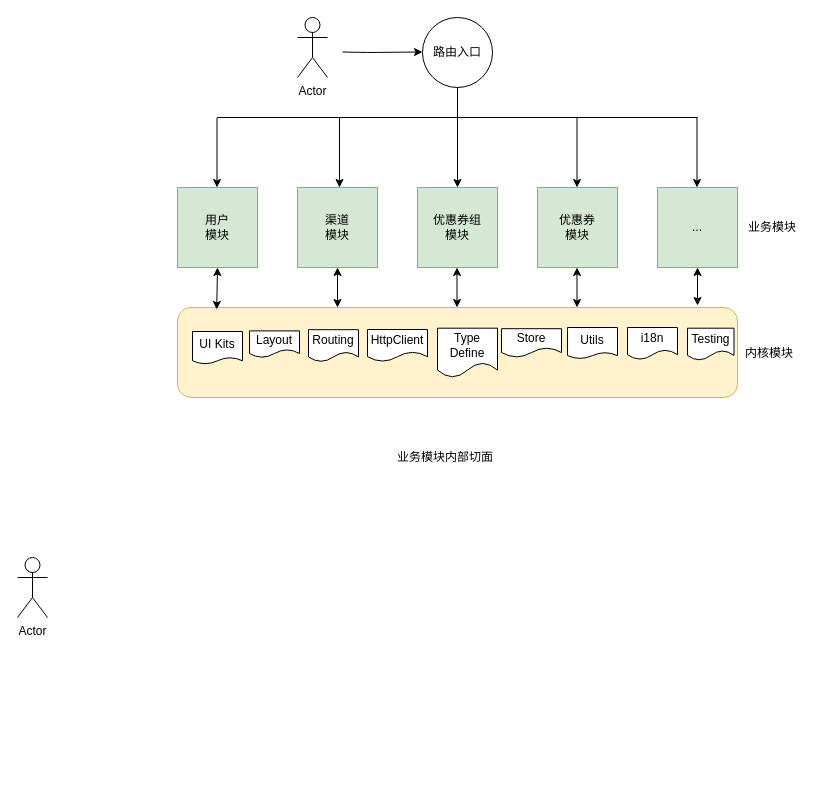
The draw.io diagram Untitled Diagram.drawio in lilugirl/3d-card-effect, before the edit. Source tidied: cells renumbered, new cells numbered last; positions are measured from the earlier drawing's top-left corner, leaving out a move shared by most shapes. Both pictures are drawn from the tidied source at 100%, with x=0, y=0 at pixel (17, 17).
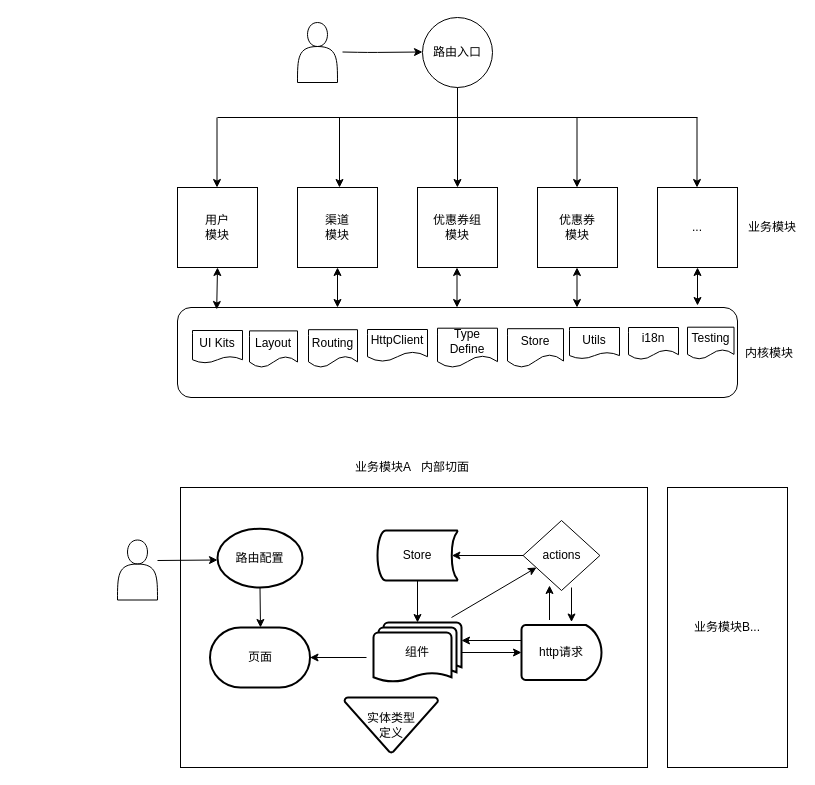
The same page after the edit.

The edit, as a diff of the source:
```diff
@@
+    <mxCell id="36" style="rounded=0;whiteSpace=wrap;html=1;" parent="1" vertex="1">
+      <mxGeometry x="163" y="470" width="467" height="280" as="geometry" />
+    </mxCell>
-    <mxCell id="2" style="rounded=1;whiteSpace=wrap;html=1;fillColor=#fff2cc;strokeColor=#d6b656;" parent="1" vertex="1">
+    <mxCell id="2" style="rounded=1;whiteSpace=wrap;html=1;" parent="1" vertex="1">
       <mxGeometry x="160" y="290" width="560" height="90" as="geometry" />
     </mxCell>
-    <mxCell id="3" value="Actor" style="shape=umlActor;verticalLabelPosition=bottom;verticalAlign=top;html=1;" parent="1" vertex="1">
-      <mxGeometry x="280" width="30" height="60" as="geometry" />
-    </mxCell>
@@
-    <mxCell id="5" value="用户&lt;br&gt;模块" style="whiteSpace=wrap;html=1;fillColor=#d5e8d4;strokeColor=#82b366;" parent="1" vertex="1">
+    <mxCell id="5" value="用户&lt;br&gt;模块" style="whiteSpace=wrap;html=1;" parent="1" vertex="1">
       <mxGeometry x="160" y="170" width="80" height="80" as="geometry" />
     </mxCell>
-    <mxCell id="6" value="渠道&lt;br&gt;模块" style="whiteSpace=wrap;html=1;fillColor=#d5e8d4;strokeColor=#82b366;" parent="1" vertex="1">
+    <mxCell id="6" value="渠道&lt;br&gt;模块" style="whiteSpace=wrap;html=1;" parent="1" vertex="1">
       <mxGeometry x="280" y="170" width="80" height="80" as="geometry" />
     </mxCell>
-    <mxCell id="7" value="优惠券组&lt;br&gt;模块" style="whiteSpace=wrap;html=1;fillColor=#d5e8d4;strokeColor=#82b366;" parent="1" vertex="1">
+    <mxCell id="7" value="优惠券组&lt;br&gt;模块" style="whiteSpace=wrap;html=1;" parent="1" vertex="1">
       <mxGeometry x="400" y="170" width="80" height="80" as="geometry" />
     </mxCell>
-    <mxCell id="8" value="优惠券&lt;br&gt;模块" style="whiteSpace=wrap;html=1;fillColor=#d5e8d4;strokeColor=#82b366;" parent="1" vertex="1">
+    <mxCell id="8" value="优惠券&lt;br&gt;模块" style="whiteSpace=wrap;html=1;" parent="1" vertex="1">
       <mxGeometry x="520" y="170" width="80" height="80" as="geometry" />
     </mxCell>
-    <mxCell id="9" value="..." style="whiteSpace=wrap;html=1;fillColor=#d5e8d4;strokeColor=#82b366;" parent="1" vertex="1">
+    <mxCell id="9" value="..." style="whiteSpace=wrap;html=1;" parent="1" vertex="1">
       <mxGeometry x="640" y="170" width="80" height="80" as="geometry" />
     </mxCell>
@@
     <mxCell id="18" value="Store" style="shape=document;whiteSpace=wrap;html=1;boundedLbl=1;size=0.3333333333333333;" parent="1" vertex="1">
-      <mxGeometry x="484" y="311.2" width="60" height="28.6" as="geometry" />
+      <mxGeometry x="490" y="311.2" width="56" height="38.8" as="geometry" />
     </mxCell>
     <mxCell id="19" value="Routing" style="shape=document;whiteSpace=wrap;html=1;boundedLbl=1;" parent="1" vertex="1">
-      <mxGeometry x="291" y="312.2" width="50" height="32" as="geometry" />
+      <mxGeometry x="291" y="312.2" width="49" height="37.8" as="geometry" />
     </mxCell>
@@
     <mxCell id="21" value="Utils" style="shape=document;whiteSpace=wrap;html=1;boundedLbl=1;size=0.2;" parent="1" vertex="1">
-      <mxGeometry x="550" y="310" width="50" height="31.2" as="geometry" />
+      <mxGeometry x="552" y="310" width="50" height="31.2" as="geometry" />
     </mxCell>
     <mxCell id="22" value="UI Kits" style="shape=document;whiteSpace=wrap;html=1;boundedLbl=1;size=0.2;" parent="1" vertex="1">
-      <mxGeometry x="175" y="314" width="50" height="32.5" as="geometry" />
+      <mxGeometry x="175" y="313" width="50" height="32.5" as="geometry" />
     </mxCell>
@@
     <mxCell id="28" value="i18n" style="shape=document;whiteSpace=wrap;html=1;boundedLbl=1;" parent="1" vertex="1">
-      <mxGeometry x="610" y="310" width="50" height="32" as="geometry" />
+      <mxGeometry x="611" y="310" width="50" height="32" as="geometry" />
     </mxCell>
     <mxCell id="29" value="Testing" style="shape=document;whiteSpace=wrap;html=1;boundedLbl=1;" parent="1" vertex="1">
-      <mxGeometry x="670" y="310.7" width="46.5" height="32" as="geometry" />
+      <mxGeometry x="670" y="309.7" width="46.5" height="32" as="geometry" />
     </mxCell>
     <mxCell id="30" value="Layout" style="shape=document;whiteSpace=wrap;html=1;boundedLbl=1;" parent="1" vertex="1">
-      <mxGeometry x="232" y="313.4" width="50" height="26.6" as="geometry" />
+      <mxGeometry x="232" y="313.4" width="48" height="36.6" as="geometry" />
     </mxCell>
@@
-    <mxCell id="33" value="业务模块内部切面" style="text;html=1;strokeColor=none;fillColor=none;align=center;verticalAlign=middle;whiteSpace=wrap;rounded=0;" parent="1" vertex="1">
-      <mxGeometry x="360" y="430" width="135.8" height="20" as="geometry" />
+    <mxCell id="33" value="业务模块A&amp;nbsp; &amp;nbsp;内部切面" style="text;html=1;strokeColor=none;fillColor=none;align=center;verticalAlign=middle;whiteSpace=wrap;rounded=0;" parent="1" vertex="1">
+      <mxGeometry x="327" y="440" width="135.8" height="20" as="geometry" />
     </mxCell>
     <mxCell id="34" value="Type Define" style="shape=document;whiteSpace=wrap;html=1;boundedLbl=1;" parent="1" vertex="1">
-      <mxGeometry x="420" y="310.7" width="60" height="49.3" as="geometry" />
+      <mxGeometry x="420" y="310.7" width="60" height="39.3" as="geometry" />
     </mxCell>
-    <mxCell id="35" value="Actor" style="shape=umlActor;verticalLabelPosition=bottom;verticalAlign=top;html=1;" parent="1" vertex="1">
-      <mxGeometry y="540" width="30" height="60" as="geometry" />
-    </mxCell>
+    <mxCell id="37" style="endArrow=classic;html=1;entryX=0;entryY=0.5;entryDx=0;entryDy=0;entryPerimeter=0;" parent="1" edge="1">
+      <mxGeometry relative="1" as="geometry">
+        <mxPoint x="140" y="543" as="sourcePoint" />
+        <mxPoint x="200" y="542.5" as="targetPoint" />
+      </mxGeometry>
+    </mxCell>
+    <mxCell id="38" style="shape=actor;whiteSpace=wrap;html=1;" parent="1" vertex="1">
+      <mxGeometry x="100" y="522.5" width="40" height="60" as="geometry" />
+    </mxCell>
+    <mxCell id="39" style="shape=actor;whiteSpace=wrap;html=1;" parent="1" vertex="1">
+      <mxGeometry x="280" y="5" width="40" height="60" as="geometry" />
+    </mxCell>
+    <mxCell id="40" style="edgeStyle=orthogonalEdgeStyle;rounded=0;orthogonalLoop=1;jettySize=auto;html=1;" parent="1" edge="1">
+      <mxGeometry relative="1" as="geometry">
+        <mxPoint x="532" y="602.5" as="sourcePoint" />
+        <mxPoint x="532" y="568" as="targetPoint" />
+      </mxGeometry>
+    </mxCell>
+    <mxCell id="41" style="edgeStyle=orthogonalEdgeStyle;rounded=0;orthogonalLoop=1;jettySize=auto;html=1;" parent="1" edge="1">
+      <mxGeometry relative="1" as="geometry">
+        <mxPoint x="504" y="623" as="sourcePoint" />
+        <mxPoint x="444" y="623" as="targetPoint" />
+      </mxGeometry>
+    </mxCell>
+    <mxCell id="42" value="http请求" style="strokeWidth=2;html=1;shape=mxgraph.flowchart.delay;whiteSpace=wrap;" parent="1" vertex="1">
+      <mxGeometry x="504" y="607.5" width="80" height="55" as="geometry" />
+    </mxCell>
+    <mxCell id="43" value="路由配置" style="strokeWidth=2;html=1;shape=mxgraph.flowchart.start_1;whiteSpace=wrap;" parent="1" vertex="1">
+      <mxGeometry x="200" y="511.2" width="85" height="58.8" as="geometry" />
+    </mxCell>
+    <mxCell id="44" value="实体类型&lt;br&gt;定义" style="strokeWidth=2;html=1;shape=mxgraph.flowchart.merge_or_storage;whiteSpace=wrap;" parent="1" vertex="1">
+      <mxGeometry x="327" y="680" width="93.5" height="55" as="geometry" />
+    </mxCell>
+    <mxCell id="45" style="edgeStyle=orthogonalEdgeStyle;rounded=0;jettySize=auto;html=1;" parent="1" edge="1" source="46" target="50">
+      <mxGeometry relative="1" as="geometry" />
+    </mxCell>
+    <mxCell id="46" value="Store" style="strokeWidth=2;html=1;shape=mxgraph.flowchart.stored_data;whiteSpace=wrap;" parent="1" vertex="1">
+      <mxGeometry x="360" y="513" width="80" height="50" as="geometry" />
+    </mxCell>
+    <mxCell id="47" style="edgeStyle=orthogonalEdgeStyle;rounded=0;orthogonalLoop=1;jettySize=auto;html=1;exitX=0.5;exitY=1;exitDx=0;exitDy=0;exitPerimeter=0;" parent="1" edge="1">
+      <mxGeometry relative="1" as="geometry">
+        <mxPoint x="520" y="620" as="sourcePoint" />
+        <mxPoint x="520" y="620" as="targetPoint" />
+      </mxGeometry>
+    </mxCell>
+    <mxCell id="48" value="页面" style="strokeWidth=2;html=1;shape=mxgraph.flowchart.terminator;whiteSpace=wrap;" parent="1" vertex="1">
+      <mxGeometry x="192.5" y="610" width="100" height="60" as="geometry" />
+    </mxCell>
+    <mxCell id="49" style="edgeStyle=orthogonalEdgeStyle;rounded=0;jettySize=auto;html=1;" parent="1" edge="1" source="50" target="42">
+      <mxGeometry relative="1" as="geometry" />
+    </mxCell>
+    <mxCell id="50" value="组件" style="strokeWidth=2;html=1;shape=mxgraph.flowchart.multi-document;whiteSpace=wrap;" parent="1" vertex="1">
+      <mxGeometry x="356" y="605" width="88" height="60" as="geometry" />
+    </mxCell>
+    <mxCell id="51" style="endArrow=classic;html=1;exitX=0.5;exitY=1;exitDx=0;exitDy=0;exitPerimeter=0;" parent="1" edge="1" source="43">
+      <mxGeometry relative="1" as="geometry">
+        <mxPoint x="243" y="610" as="targetPoint" />
+      </mxGeometry>
+    </mxCell>
+    <mxCell id="52" style="endArrow=classic;html=1;entryX=1;entryY=0.5;entryDx=0;entryDy=0;entryPerimeter=0;" parent="1" edge="1" target="48">
+      <mxGeometry relative="1" as="geometry">
+        <mxPoint x="349" y="640" as="sourcePoint" />
+      </mxGeometry>
+    </mxCell>
+    <mxCell id="53" style="edgeStyle=orthogonalEdgeStyle;rounded=0;jettySize=auto;html=1;entryX=0.93;entryY=0.5;entryDx=0;entryDy=0;entryPerimeter=0;" parent="1" edge="1" source="55" target="46">
+      <mxGeometry relative="1" as="geometry" />
+    </mxCell>
+    <mxCell id="54" style="edgeStyle=orthogonalEdgeStyle;rounded=0;orthogonalLoop=1;jettySize=auto;html=1;" parent="1" edge="1">
+      <mxGeometry relative="1" as="geometry">
+        <mxPoint x="554" y="570" as="sourcePoint" />
+        <mxPoint x="554" y="604.5" as="targetPoint" />
+      </mxGeometry>
+    </mxCell>
+    <mxCell id="55" value="actions" style="rhombus;whiteSpace=wrap;html=1;" parent="1" vertex="1">
+      <mxGeometry x="505.6" y="503" width="76.8" height="70" as="geometry" />
+    </mxCell>
+    <mxCell id="56" style="endArrow=classic;html=1;" parent="1" edge="1">
+      <mxGeometry relative="1" as="geometry">
+        <mxPoint x="434" y="600" as="sourcePoint" />
+        <mxPoint x="519" y="550" as="targetPoint" />
+      </mxGeometry>
+    </mxCell>
+    <mxCell id="57" value="业务模块B..." style="rounded=0;whiteSpace=wrap;html=1;" parent="1" vertex="1">
+      <mxGeometry x="650" y="470" width="120" height="280" as="geometry" />
+    </mxCell>
```
